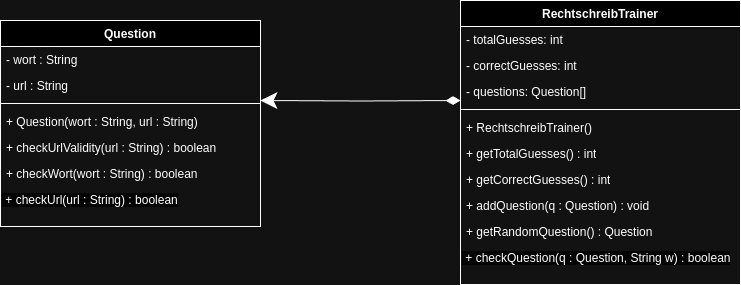
This is Worttrainer.png from TGM-HIT/sew9-2425-worttrainer-ahujaankush, a draw.io export, as it was before one commit. Source tidied: cells renumbered, new cells last; positions are measured from the earlier drawing's top-left corner, leaving out a move shared by most shapes.
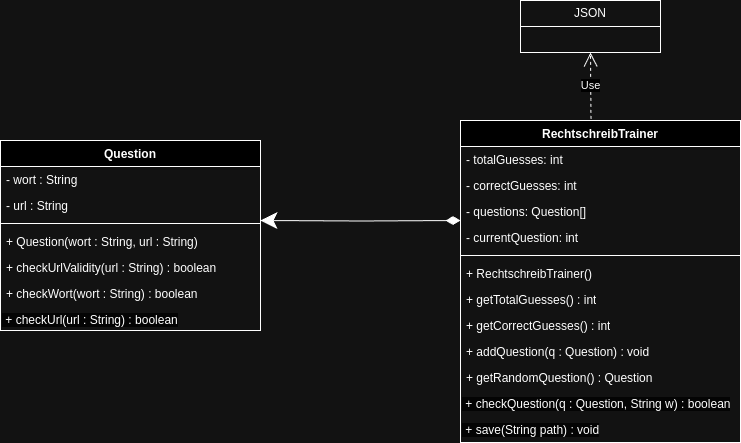
Later version of the same file.

Commit message:
UML: Add RechtschreibTrainer Persistance

Diff of the diagram source:
```diff
@@ -3,7 +3,7 @@
     <mxCell id="0" />
     <mxCell id="1" parent="0" />
     <mxCell id="2" value="Question" style="swimlane;fontStyle=1;align=center;verticalAlign=top;horizontal=1;startSize=26;whiteSpace=wrap;html=1;" parent="1" vertex="1">
-      <mxGeometry y="20" width="260" height="206" as="geometry" />
+      <mxGeometry y="20" width="260" height="190" as="geometry" />
     </mxCell>
     <mxCell id="3" value="- wort : String" style="text;strokeColor=none;fillColor=none;align=left;verticalAlign=top;spacingLeft=4;spacingRight=4;overflow=hidden;whiteSpace=wrap;html=1;" parent="2" vertex="1">
       <mxGeometry y="26" width="260" height="26" as="geometry" />
@@ -24,10 +24,10 @@
       <mxGeometry y="140" width="260" height="26" as="geometry" />
     </mxCell>
     <mxCell id="9" value="&lt;span style=&quot;color: rgb(0, 0, 0); font-family: Helvetica; font-size: 12px; font-style: normal; font-variant-ligatures: normal; font-variant-caps: normal; font-weight: 400; letter-spacing: normal; orphans: 2; text-align: left; text-indent: 0px; text-transform: none; widows: 2; word-spacing: 0px; -webkit-text-stroke-width: 0px; white-space: normal; background-color: rgb(251, 251, 251); text-decoration-thickness: initial; text-decoration-style: initial; text-decoration-color: initial; display: inline !important; float: none;&quot;&gt;&amp;nbsp;+ checkUrl(url : String) : boolean&lt;/span&gt;" style="text;whiteSpace=wrap;html=1;" parent="2" vertex="1">
-      <mxGeometry y="166" width="260" height="40" as="geometry" />
+      <mxGeometry y="166" width="260" height="24" as="geometry" />
     </mxCell>
     <mxCell id="10" value="RechtschreibTrainer" style="swimlane;fontStyle=1;align=center;verticalAlign=top;horizontal=1;startSize=26;whiteSpace=wrap;html=1;" parent="1" vertex="1">
-      <mxGeometry x="460" width="280" height="284" as="geometry" />
+      <mxGeometry x="460" width="280" height="322" as="geometry" />
     </mxCell>
     <mxCell id="11" value="- totalGuesses: int" style="text;strokeColor=none;fillColor=none;align=left;verticalAlign=top;spacingLeft=4;spacingRight=4;overflow=hidden;whiteSpace=wrap;html=1;" parent="10" vertex="1">
       <mxGeometry y="26" width="280" height="26" as="geometry" />
@@ -38,31 +38,43 @@
     <mxCell id="13" value="- questions: Question[]" style="text;strokeColor=none;fillColor=none;align=left;verticalAlign=top;spacingLeft=4;spacingRight=4;overflow=hidden;points=[[0,0.5],[1,0.5]];portConstraint=eastwest;whiteSpace=wrap;html=1;" parent="10" vertex="1">
       <mxGeometry y="78" width="280" height="26" as="geometry" />
     </mxCell>
+    <mxCell id="22" value="- currentQuestion: int" style="text;strokeColor=none;fillColor=none;align=left;verticalAlign=top;spacingLeft=4;spacingRight=4;overflow=hidden;whiteSpace=wrap;html=1;" parent="10" vertex="1">
+      <mxGeometry y="104" width="280" height="26" as="geometry" />
+    </mxCell>
     <mxCell id="14" style="line;strokeWidth=1;fillColor=none;align=left;verticalAlign=middle;spacingTop=-1;spacingLeft=3;spacingRight=3;labelPosition=right;strokeColor=inherit;" parent="10" vertex="1">
-      <mxGeometry y="104" width="280" height="10" as="geometry" />
+      <mxGeometry y="130" width="280" height="10" as="geometry" />
     </mxCell>
     <mxCell id="15" value="+ RechtschreibTrainer()" style="text;strokeColor=none;fillColor=none;align=left;verticalAlign=top;spacingLeft=4;spacingRight=4;overflow=hidden;whiteSpace=wrap;html=1;" parent="10" vertex="1">
-      <mxGeometry y="114" width="280" height="26" as="geometry" />
+      <mxGeometry y="140" width="280" height="26" as="geometry" />
     </mxCell>
     <mxCell id="16" value="+ getTotalGuesses() : int" style="text;strokeColor=none;fillColor=none;align=left;verticalAlign=top;spacingLeft=4;spacingRight=4;overflow=hidden;whiteSpace=wrap;html=1;" parent="10" vertex="1">
-      <mxGeometry y="140" width="280" height="26" as="geometry" />
+      <mxGeometry y="166" width="280" height="26" as="geometry" />
     </mxCell>
     <mxCell id="17" value="+ getCorrectGuesses() : int" style="text;strokeColor=none;fillColor=none;align=left;verticalAlign=top;spacingLeft=4;spacingRight=4;overflow=hidden;whiteSpace=wrap;html=1;" parent="10" vertex="1">
-      <mxGeometry y="166" width="280" height="26" as="geometry" />
+      <mxGeometry y="192" width="280" height="26" as="geometry" />
     </mxCell>
     <mxCell id="18" value="+ addQuestion(q : Question) : void" style="text;strokeColor=none;fillColor=none;align=left;verticalAlign=top;spacingLeft=4;spacingRight=4;overflow=hidden;whiteSpace=wrap;html=1;" parent="10" vertex="1">
-      <mxGeometry y="192" width="280" height="26" as="geometry" />
+      <mxGeometry y="218" width="280" height="26" as="geometry" />
     </mxCell>
     <mxCell id="19" value="+ getRandomQuestion() : Question" style="text;strokeColor=none;fillColor=none;align=left;verticalAlign=top;spacingLeft=4;spacingRight=4;overflow=hidden;whiteSpace=wrap;html=1;" parent="10" vertex="1">
-      <mxGeometry y="218" width="280" height="26" as="geometry" />
+      <mxGeometry y="244" width="280" height="26" as="geometry" />
     </mxCell>
     <mxCell id="20" value="&lt;span style=&quot;color: rgb(0, 0, 0); font-family: Helvetica; font-size: 12px; font-style: normal; font-variant-ligatures: normal; font-variant-caps: normal; font-weight: 400; letter-spacing: normal; orphans: 2; text-align: left; text-indent: 0px; text-transform: none; widows: 2; word-spacing: 0px; -webkit-text-stroke-width: 0px; white-space: normal; background-color: rgb(251, 251, 251); text-decoration-thickness: initial; text-decoration-style: initial; text-decoration-color: initial; display: inline !important; float: none;&quot;&gt;&amp;nbsp;+ checkQuestion(q : Question, String w) : boolean&lt;/span&gt;" style="text;whiteSpace=wrap;html=1;" parent="10" vertex="1">
-      <mxGeometry y="244" width="280" height="40" as="geometry" />
+      <mxGeometry y="270" width="280" height="26" as="geometry" />
     </mxCell>
+    <mxCell id="23" value="&lt;span style=&quot;color: rgb(0, 0, 0); font-family: Helvetica; font-size: 12px; font-style: normal; font-variant-ligatures: normal; font-variant-caps: normal; font-weight: 400; letter-spacing: normal; orphans: 2; text-align: left; text-indent: 0px; text-transform: none; widows: 2; word-spacing: 0px; -webkit-text-stroke-width: 0px; white-space: normal; background-color: rgb(251, 251, 251); text-decoration-thickness: initial; text-decoration-style: initial; text-decoration-color: initial; display: inline !important; float: none;&quot;&gt;&amp;nbsp;+ save(String path) : void&lt;/span&gt;" style="text;whiteSpace=wrap;html=1;" parent="10" vertex="1">
+      <mxGeometry y="296" width="280" height="26" as="geometry" />
+    </mxCell>
     <mxCell id="21" style="endArrow=diamondThin;html=1;endSize=12;startArrow=classic;startSize=14;startFill=1;edgeStyle=orthogonalEdgeStyle;align=left;verticalAlign=bottom;rounded=0;entryX=0;entryY=0.846;entryDx=0;entryDy=0;entryPerimeter=0;endFill=1;" parent="1" edge="1" target="13">
       <mxGeometry x="-1" y="3" relative="1" as="geometry">
         <mxPoint x="260" y="100" as="sourcePoint" />
       </mxGeometry>
     </mxCell>
+    <mxCell id="24" value="JSON" style="swimlane;fontStyle=0;horizontal=1;startSize=26;fillColor=none;whiteSpace=wrap;html=1;" parent="1" vertex="1">
+      <mxGeometry x="520" y="-120" width="140" height="52" as="geometry" />
+    </mxCell>
+    <mxCell id="25" value="Use" style="endArrow=open;endSize=12;dashed=1;html=1;rounded=0;exitX=0.466;exitY=-0.005;exitDx=0;exitDy=0;exitPerimeter=0;entryX=0.5;entryY=1;entryDx=0;entryDy=0;" parent="1" edge="1" source="10" target="24">
+      <mxGeometry relative="1" as="geometry" />
+    </mxCell>
   </root>
 </mxGraphModel>
```
